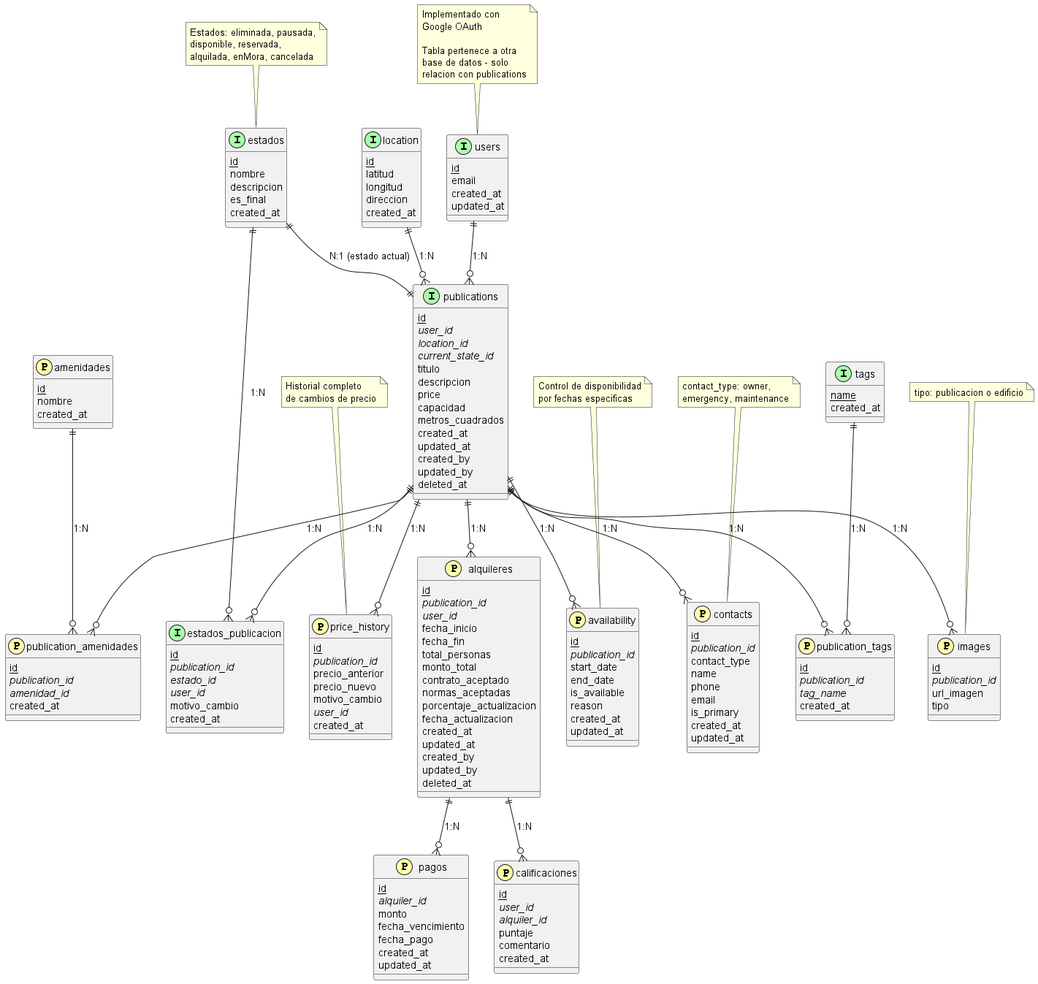
The PlantUML diagram src/diagrams/entidad_relacion.png in FacuDemarchi/residencias, before a commit.
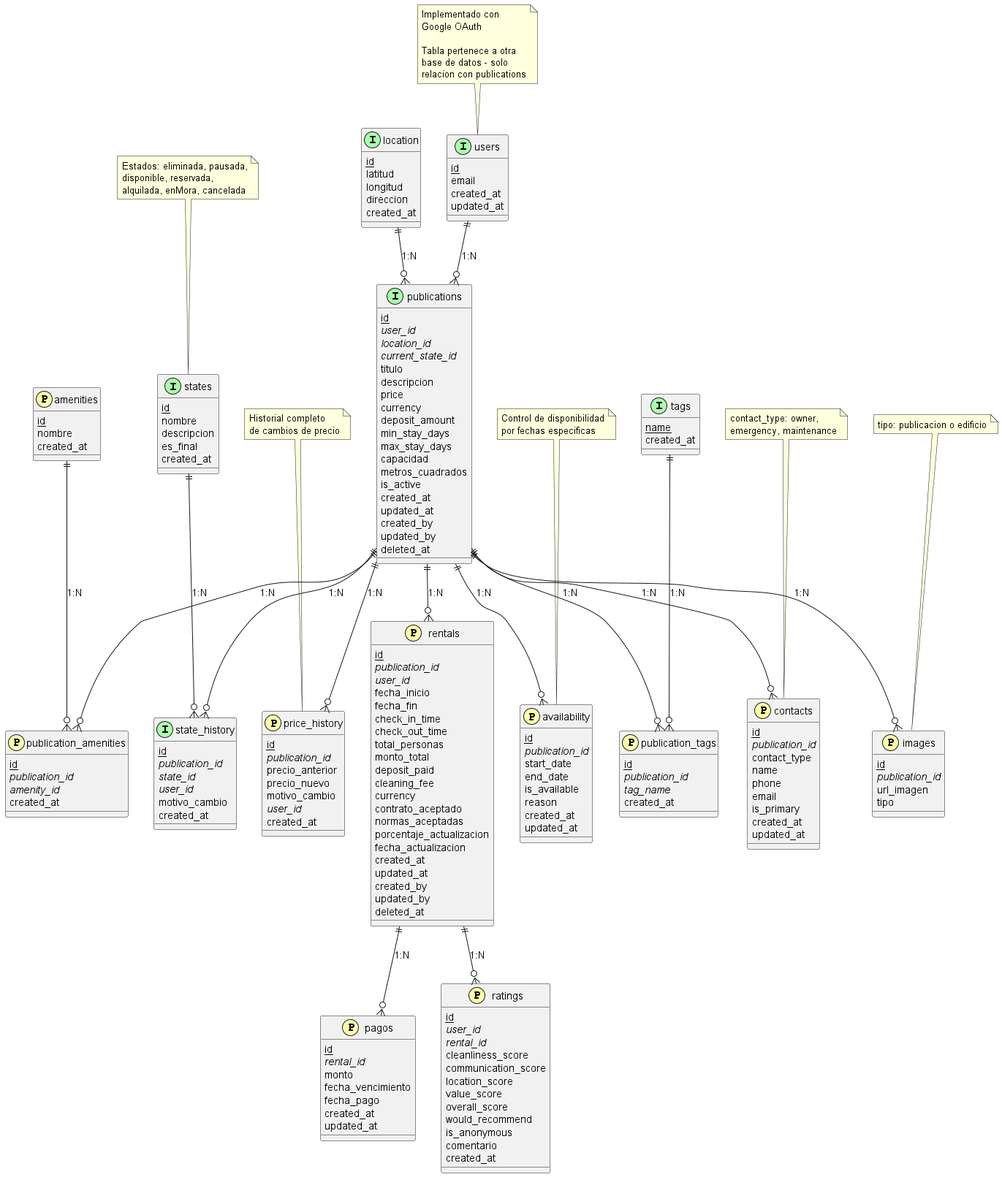
Later version of the same file.

Commit message:
Actualiza la imagen del diagrama de entidad-relación para reflejar cambios recientes en la estructura de datos, mejorando la documentación visual del proyecto.

Diff of the diagram source:
```diff
@@ -35,8 +35,13 @@
   titulo
   descripcion
   price
+  currency
+  deposit_amount
+  min_stay_days
+  max_stay_days
   capacidad
   metros_cuadrados
+  is_active
   created_at
   updated_at
   created_by
@@ -45,7 +50,7 @@
 }
 
 
-implemented(estados) {
+implemented(states) {
   primary_key(id)
   nombre
   descripcion
@@ -53,24 +58,29 @@
   created_at
 }
 
-implemented(estados_publicacion) {
+implemented(state_history) {
   primary_key(id)
   foreign_key(publication_id)
-  foreign_key(estado_id)
+  foreign_key(state_id)
   foreign_key(user_id)
   motivo_cambio
   created_at
 }
 
 
-planned(alquileres) {
+planned(rentals) {
   primary_key(id)
   foreign_key(publication_id)
   foreign_key(user_id)
   fecha_inicio
   fecha_fin
+  check_in_time
+  check_out_time
   total_personas
   monto_total
+  deposit_paid
+  cleaning_fee
+  currency
   contrato_aceptado
   normas_aceptadas
   porcentaje_actualizacion
@@ -85,7 +95,7 @@
 
 planned(pagos) {
   primary_key(id)
-  foreign_key(alquiler_id)
+  foreign_key(rental_id)
   monto
   fecha_vencimiento
   fecha_pago
@@ -93,26 +103,32 @@
   updated_at
 }
 
-planned(calificaciones) {
+planned(ratings) {
   primary_key(id)
   foreign_key(user_id)
-  foreign_key(alquiler_id)
-  puntaje
+  foreign_key(rental_id)
+  cleanliness_score
+  communication_score
+  location_score
+  value_score
+  overall_score
+  would_recommend
+  is_anonymous
   comentario
   created_at
 }
 
 
-planned(amenidades) {
+planned(amenities) {
   primary_key(id)
   nombre
   created_at
 }
 
-planned(publication_amenidades) {
+planned(publication_amenities) {
   primary_key(id)
   foreign_key(publication_id)
-  foreign_key(amenidad_id)
+  foreign_key(amenity_id)
   created_at
 }
 
@@ -171,18 +187,17 @@
 
 users ||--o{ publications : "1:N"
 location ||--o{ publications : "1:N"
-estados ||--|| publications : "N:1 (estado actual)"
 
-estados ||--o{ estados_publicacion : "1:N"
-publications ||--o{ estados_publicacion : "1:N"
+states ||--o{ state_history : "1:N"
+publications ||--o{ state_history : "1:N"
 
-publications ||--o{ alquileres : "1:N"
-alquileres ||--o{ pagos : "1:N"
-alquileres ||--o{ calificaciones : "1:N"
+publications ||--o{ rentals : "1:N"
+rentals ||--o{ pagos : "1:N"
+rentals ||--o{ ratings : "1:N"
 
 
-publications ||--o{ publication_amenidades : "1:N"
-amenidades ||--o{ publication_amenidades : "1:N"
+publications ||--o{ publication_amenities : "1:N"
+amenities ||--o{ publication_amenities : "1:N"
 
 publications ||--o{ publication_tags : "1:N"
 tags ||--o{ publication_tags : "1:N"
@@ -198,7 +213,7 @@
 
 
 note top of users : Implementado con\nGoogle OAuth\n\nTabla pertenece a otra\nbase de datos - solo\nrelacion con publications
-note top of estados : Estados: eliminada, pausada,\ndisponible, reservada,\nalquilada, enMora, cancelada
+note top of states : Estados: eliminada, pausada,\ndisponible, reservada,\nalquilada, enMora, cancelada
 note top of price_history : Historial completo\nde cambios de precio
 note top of images : tipo: publicacion o edificio
 note top of contacts : contact_type: owner,\nemergency, maintenance
```
